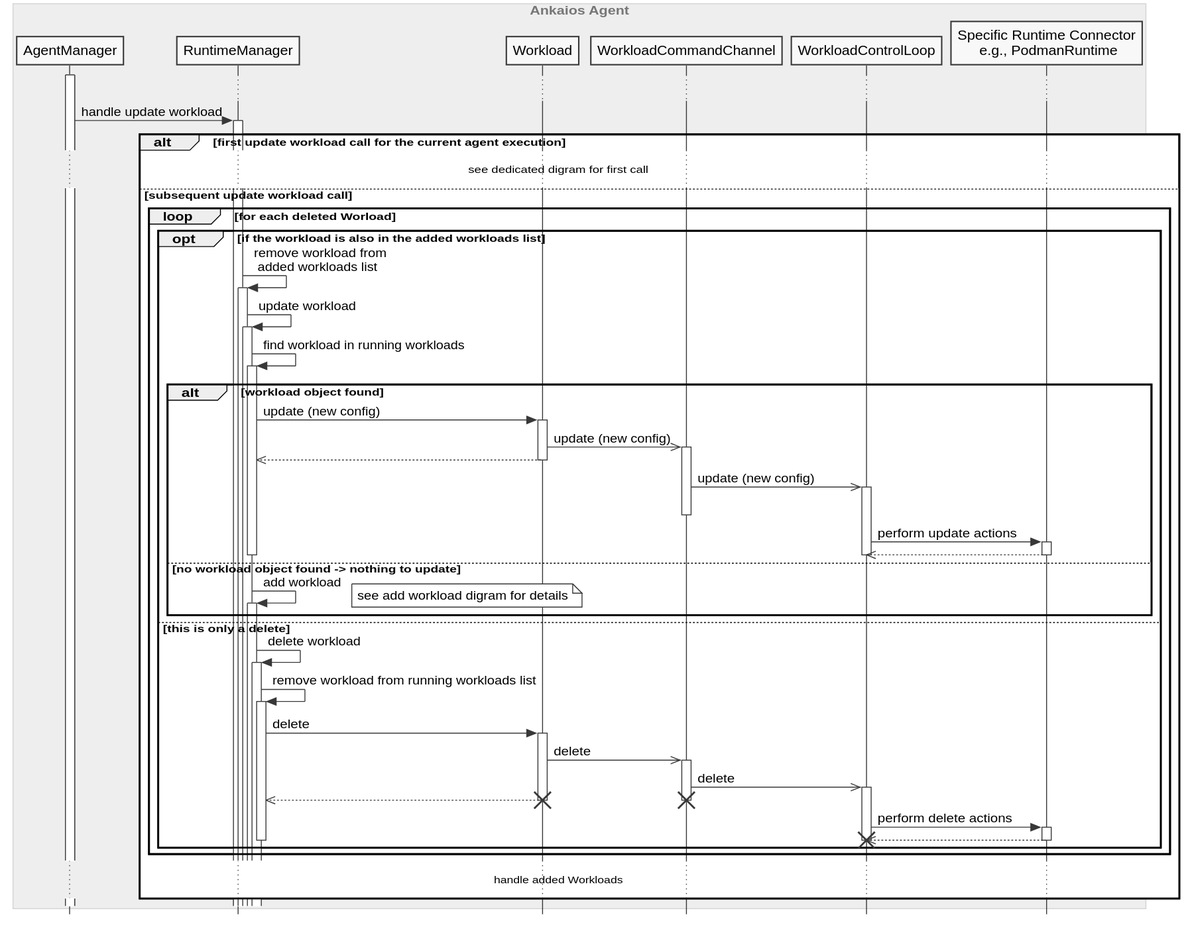
This is agent/doc/swdesign/plantuml/seq_update_workload_subsequent_deleted.svg from eclipse-ankaios/ankaios, a PlantUML export, as it was before one commit.
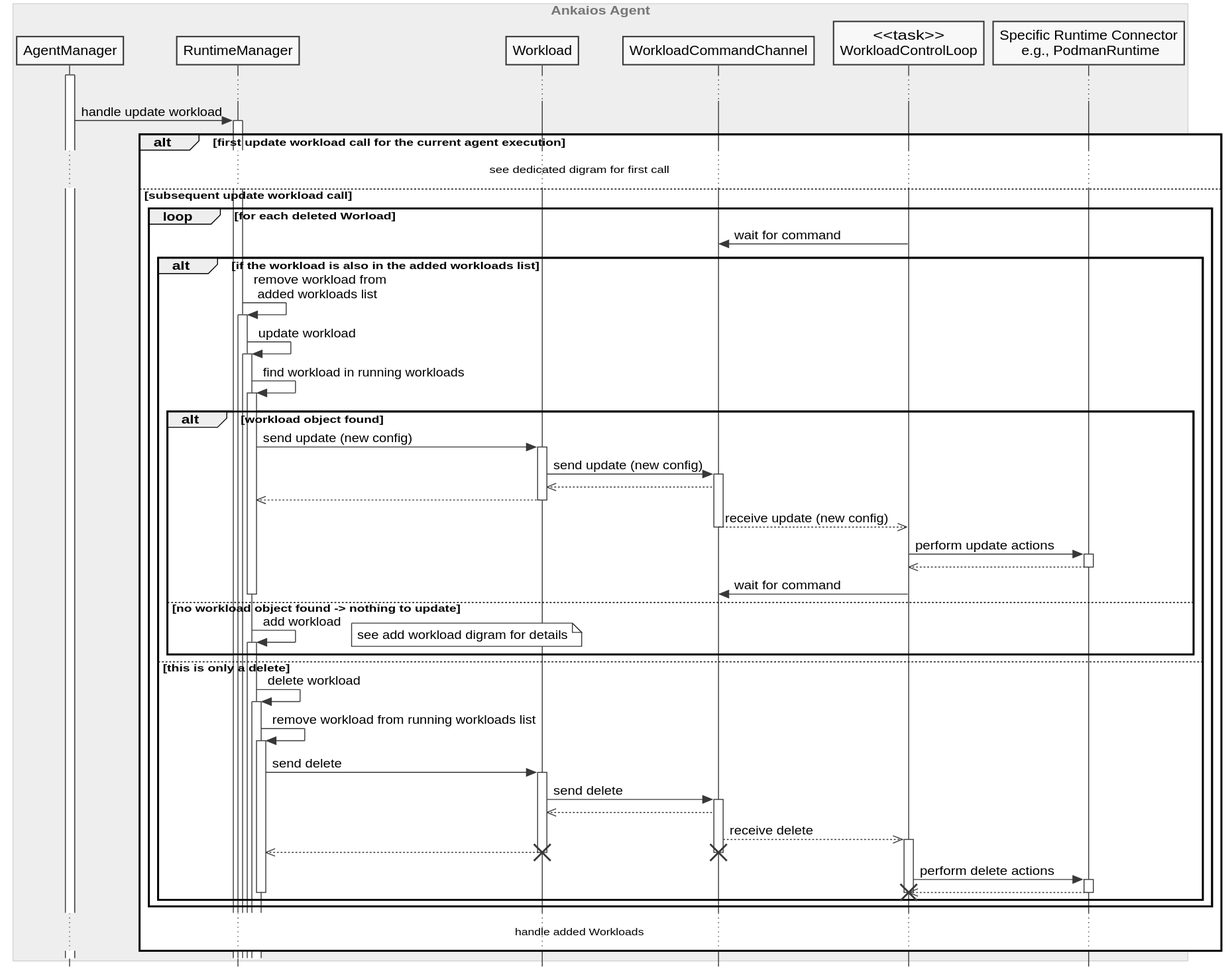
After the commit.

Commit message:
Adapt diagrams to fit create workload command

What changed in the source:
```diff
@@ -31,7 +31,7 @@
     participant "RuntimeManager" as runtime_manager
     participant "Workload" as workload
     participant "WorkloadCommandChannel" as workload_command
-    participant "WorkloadControlLoop" as workload_control_loop
+    participant "<<task>>\nWorkloadControlLoop" as workload_control_loop
 
     participant "Specific Runtime Connector\n e.g., PodmanRuntime" as runtime
 end box
@@ -39,26 +39,28 @@
 activate manager
 
 ...
-
 manager -> runtime_manager ++: handle update workload
 
 alt first update workload call for the current agent execution
 ... see dedicated digram for first call ...
 else subsequent update workload call
     loop for each deleted Worload
-        opt if the workload is also in the added workloads list
+        workload_control_loop -> workload_command: wait for command
+        alt if the workload is also in the added workloads list
             runtime_manager -> runtime_manager ++--: remove workload from \n added workloads list
             runtime_manager -> runtime_manager ++: update workload
             runtime_manager -> runtime_manager ++--: find workload in running workloads
             alt workload object found
-                runtime_manager -> workload ++: update (new config)
-                workload ->> workload_command ++: update (new config)
+                runtime_manager -> workload ++: send update (new config)
+                workload -> workload_command ++: send update (new config)
+                workload_command -->> workload
                 workload -->> runtime_manager--
                 deactivate workload
-                workload_command ->> workload_control_loop ++: update (new config)
+                workload_command -->> workload_control_loop --++: receive update (new config)
                 deactivate workload_command
                 workload_control_loop -> runtime ++: perform update actions
                 runtime -->> workload_control_loop--
+                workload_control_loop -> workload_command: wait for command
                 deactivate workload_control_loop
                 deactivate runtime_manager
             else no workload object found -> nothing to update
@@ -70,9 +72,10 @@
         else this is only a delete
             runtime_manager -> runtime_manager++: delete workload
             runtime_manager -> runtime_manager ++--: remove workload from running workloads list
-            runtime_manager -> workload ++: delete
-            workload ->> workload_command ++: delete
-            workload_command ->> workload_control_loop ++: delete
+            runtime_manager -> workload ++: send delete
+            workload -> workload_command ++: send delete
+            workload_command -->> workload
+            workload_command -->> workload_control_loop ++: receive delete
             workload -->> runtime_manager
             destroy workload
             destroy workload_command
```
